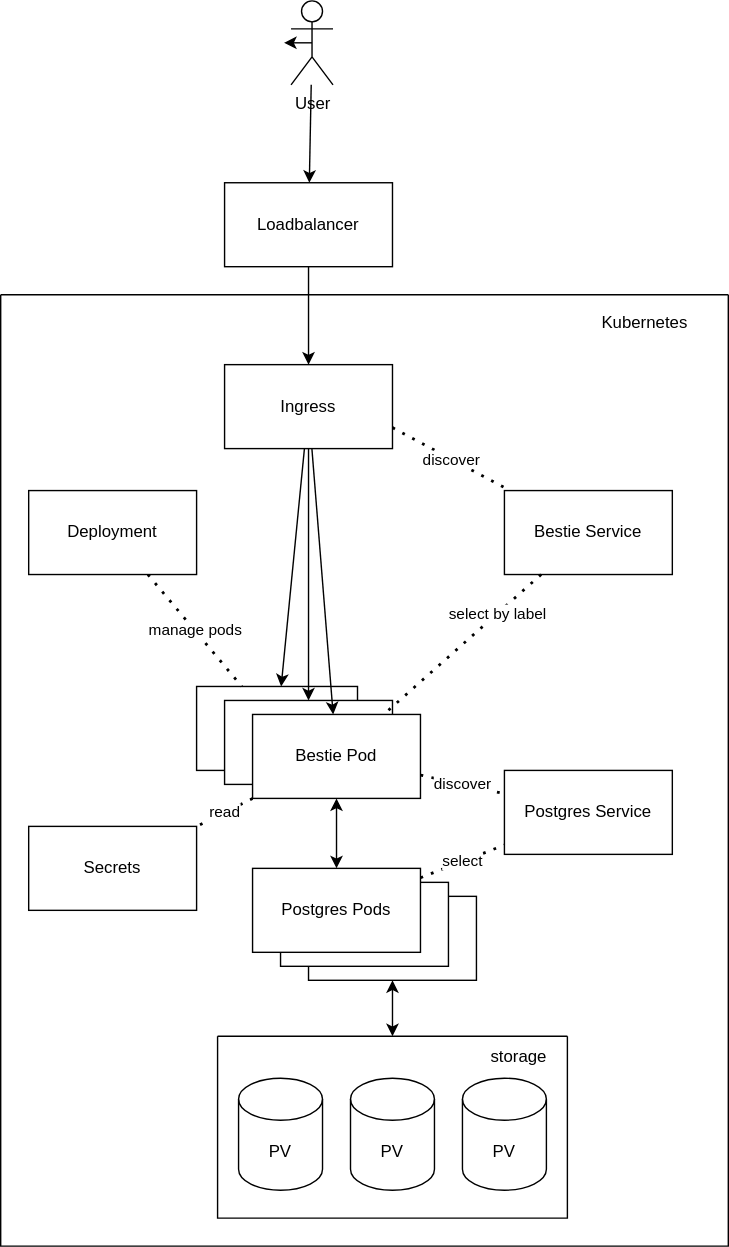
This is docs/bestie_k8s.drawio.svg from opdev/l5-operator-demo, a draw.io export, as it was before one commit. Source tidied: cells renumbered, new cells last; positions are measured from the earlier drawing's top-left corner, leaving out a move shared by most shapes.
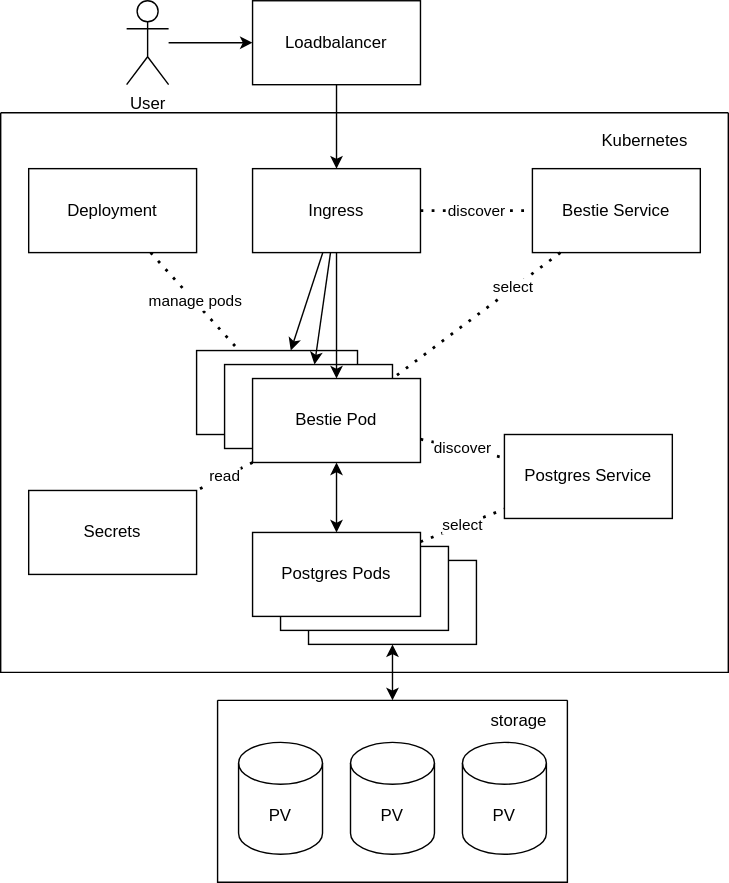
After the commit.

Diff of the diagram source:
```diff
@@ -3,25 +3,25 @@
     <mxCell id="0" />
     <mxCell id="1" parent="0" />
     <mxCell id="2" style="swimlane;startSize=0;" parent="1" vertex="1">
-      <mxGeometry y="210" width="520" height="680" as="geometry" />
+      <mxGeometry y="210" width="520" height="400" as="geometry" />
     </mxCell>
     <mxCell id="3" value="Kubernetes" style="text;html=1;align=center;verticalAlign=middle;strokeColor=none;fillColor=none;" parent="2" vertex="1">
       <mxGeometry x="420" y="10" width="80" height="20" as="geometry" />
     </mxCell>
     <mxCell id="4" value="Bestie Pod" style="rounded=0;whiteSpace=wrap;html=1;" parent="2" vertex="1">
-      <mxGeometry x="140" y="280" width="115" height="60" as="geometry" />
+      <mxGeometry x="140" y="170" width="115" height="60" as="geometry" />
     </mxCell>
     <mxCell id="5" value="Bestie Pod" style="rounded=0;whiteSpace=wrap;html=1;" parent="2" vertex="1">
-      <mxGeometry x="160" y="290" width="120" height="60" as="geometry" />
+      <mxGeometry x="160" y="180" width="120" height="60" as="geometry" />
     </mxCell>
     <mxCell id="6" value="Bestie Pod" style="rounded=0;whiteSpace=wrap;html=1;" parent="2" vertex="1">
-      <mxGeometry x="180" y="300" width="120" height="60" as="geometry" />
+      <mxGeometry x="180" y="190" width="120" height="60" as="geometry" />
     </mxCell>
     <mxCell id="7" value="manage pods" style="endArrow=none;dashed=1;html=1;dashPattern=1 3;strokeWidth=2;rounded=0;" parent="2" edge="1" source="16" target="4">
       <mxGeometry relative="1" as="geometry" />
     </mxCell>
     <mxCell id="8" value="Ingress" style="rounded=0;whiteSpace=wrap;html=1;" parent="2" vertex="1">
-      <mxGeometry x="160" y="50" width="120" height="60" as="geometry" />
+      <mxGeometry x="180" y="40" width="120" height="60" as="geometry" />
     </mxCell>
     <mxCell id="9" style="endArrow=classic;html=1;rounded=0;" parent="2" edge="1" source="8" target="4">
       <mxGeometry relative="1" as="geometry" />
@@ -33,31 +33,31 @@
       <mxGeometry relative="1" as="geometry" />
     </mxCell>
     <mxCell id="12" value="Bestie Service" style="rounded=0;whiteSpace=wrap;html=1;" parent="2" vertex="1">
-      <mxGeometry x="360" y="140" width="120" height="60" as="geometry" />
+      <mxGeometry x="380" y="40" width="120" height="60" as="geometry" />
     </mxCell>
     <mxCell id="13" style="endArrow=none;dashed=1;html=1;dashPattern=1 3;strokeWidth=2;rounded=0;" parent="2" edge="1" source="12" target="6">
       <mxGeometry relative="1" as="geometry" />
     </mxCell>
-    <mxCell id="14" value="select by label" style="edgeLabel;html=1;align=center;verticalAlign=middle;" parent="13" vertex="1">
+    <mxCell id="14" value="select" style="edgeLabel;html=1;align=center;verticalAlign=middle;" parent="13" vertex="1">
       <mxGeometry x="-0.45" y="-1" relative="1" as="geometry" />
     </mxCell>
-    <mxCell id="15" value="discover" style="endArrow=none;dashed=1;html=1;dashPattern=1 3;strokeWidth=2;rounded=0;exitX=1;exitY=0.75;exitDx=0;exitDy=0;" parent="2" edge="1" source="8" target="12">
+    <mxCell id="15" value="discover" style="endArrow=none;dashed=1;html=1;dashPattern=1 3;strokeWidth=2;rounded=0;" parent="2" edge="1" source="8" target="12">
       <mxGeometry relative="1" as="geometry" />
     </mxCell>
     <mxCell id="16" value="Deployment" style="rounded=0;whiteSpace=wrap;html=1;" parent="2" vertex="1">
-      <mxGeometry x="20" y="140" width="120" height="60" as="geometry" />
+      <mxGeometry x="20" y="40" width="120" height="60" as="geometry" />
     </mxCell>
     <mxCell id="17" value="Postgres Service" style="rounded=0;whiteSpace=wrap;html=1;" parent="2" vertex="1">
-      <mxGeometry x="360" y="340" width="120" height="60" as="geometry" />
+      <mxGeometry x="360" y="230" width="120" height="60" as="geometry" />
     </mxCell>
     <mxCell id="18" style="rounded=0;whiteSpace=wrap;html=1;" parent="2" vertex="1">
-      <mxGeometry x="220" y="430" width="120" height="60" as="geometry" />
+      <mxGeometry x="220" y="320" width="120" height="60" as="geometry" />
     </mxCell>
     <mxCell id="19" style="rounded=0;whiteSpace=wrap;html=1;" parent="2" vertex="1">
-      <mxGeometry x="200" y="420" width="120" height="60" as="geometry" />
+      <mxGeometry x="200" y="310" width="120" height="60" as="geometry" />
     </mxCell>
     <mxCell id="20" value="Postgres Pods" style="rounded=0;whiteSpace=wrap;html=1;" parent="2" vertex="1">
-      <mxGeometry x="180" y="410" width="120" height="60" as="geometry" />
+      <mxGeometry x="180" y="300" width="120" height="60" as="geometry" />
     </mxCell>
     <mxCell id="21" style="endArrow=classic;startArrow=classic;html=1;rounded=0;" parent="2" edge="1" source="6" target="20">
       <mxGeometry relative="1" as="geometry" />
@@ -66,7 +66,7 @@
       <mxGeometry relative="1" as="geometry" />
     </mxCell>
     <mxCell id="23" style="swimlane;startSize=0;" parent="2" vertex="1">
-      <mxGeometry x="155" y="530" width="250" height="130" as="geometry" />
+      <mxGeometry x="155" y="420" width="250" height="130" as="geometry" />
     </mxCell>
     <mxCell id="24" value="storage" style="text;html=1;align=center;verticalAlign=middle;strokeColor=none;fillColor=none;" parent="23" vertex="1">
       <mxGeometry x="185" y="5" width="60" height="20" as="geometry" />
@@ -87,24 +87,19 @@
       <mxGeometry relative="1" as="geometry" />
     </mxCell>
     <mxCell id="30" value="Secrets" style="rounded=0;whiteSpace=wrap;html=1;" parent="2" vertex="1">
-      <mxGeometry x="20" y="380" width="120" height="60" as="geometry" />
+      <mxGeometry x="20" y="270" width="120" height="60" as="geometry" />
     </mxCell>
     <mxCell id="31" value="read" style="endArrow=none;dashed=1;html=1;dashPattern=1 3;strokeWidth=2;rounded=0;" parent="2" edge="1" source="6" target="30">
       <mxGeometry relative="1" as="geometry" />
     </mxCell>
-    <mxCell id="32" style="edgeStyle=orthogonalEdgeStyle;rounded=0;jettySize=auto;html=1;exitX=0.5;exitY=0.5;exitDx=0;exitDy=0;exitPerimeter=0;" parent="1" edge="1" source="33">
-      <mxGeometry relative="1" as="geometry">
-        <mxPoint x="202.5" y="30" as="targetPoint" />
-      </mxGeometry>
-    </mxCell>
     <mxCell id="33" value="User" style="shape=umlActor;verticalLabelPosition=bottom;verticalAlign=top;html=1;outlineConnect=0;" parent="1" vertex="1">
-      <mxGeometry x="207.5" width="30" height="60" as="geometry" />
+      <mxGeometry x="90" y="130" width="30" height="60" as="geometry" />
     </mxCell>
     <mxCell id="34" style="endArrow=classic;html=1;rounded=0;" parent="1" edge="1" source="33" target="35">
       <mxGeometry relative="1" as="geometry" />
     </mxCell>
     <mxCell id="35" value="Loadbalancer" style="rounded=0;whiteSpace=wrap;html=1;" parent="1" vertex="1">
-      <mxGeometry x="160" y="130" width="120" height="60" as="geometry" />
+      <mxGeometry x="180" y="130" width="120" height="60" as="geometry" />
     </mxCell>
     <mxCell id="36" style="endArrow=classic;html=1;rounded=0;" parent="1" edge="1" source="35" target="8">
       <mxGeometry relative="1" as="geometry" />
```
